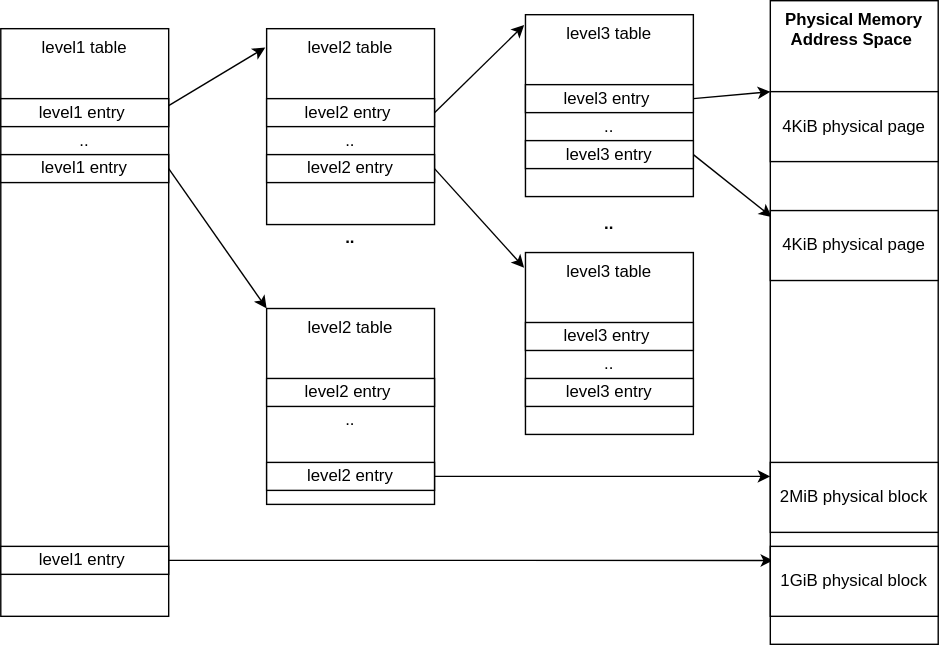
Before: docs/diagram_images/mmu_translation_tables.svg, a diagram exported from draw.io (jgrivera67/aarch64_bare_metal_ada). Source tidied: cells renumbered, new cells last; positions are measured from the earlier drawing's top-left corner, leaving out a move shared by most shapes. The source it was exported from:
```xml
<mxGraphModel background="#FFFFFF">
  <root>
    <mxCell id="0" />
    <mxCell id="1" parent="0" />
    <mxCell id="2" style="edgeStyle=none;html=1;exitX=1;exitY=0.25;exitDx=0;exitDy=0;entryX=-0.008;entryY=0.09;entryDx=0;entryDy=0;entryPerimeter=0;" parent="1" edge="1" source="4">
      <mxGeometry relative="1" as="geometry">
        <mxPoint x="189" y="33.5" as="targetPoint" />
      </mxGeometry>
    </mxCell>
    <mxCell id="3" value="level1 table" style="rounded=0;whiteSpace=wrap;html=1;verticalAlign=top;" parent="1" vertex="1">
      <mxGeometry y="20" width="120" height="420" as="geometry" />
    </mxCell>
    <mxCell id="4" value="level1 entry&amp;nbsp;" style="rounded=0;whiteSpace=wrap;html=1;" parent="1" vertex="1">
      <mxGeometry y="70" width="120" height="20" as="geometry" />
    </mxCell>
    <mxCell id="5" style="edgeStyle=none;html=1;exitX=1;exitY=0.5;exitDx=0;exitDy=0;entryX=-0.008;entryY=0.057;entryDx=0;entryDy=0;entryPerimeter=0;" parent="1" edge="1" source="11" target="14">
      <mxGeometry relative="1" as="geometry" />
    </mxCell>
    <mxCell id="6" style="edgeStyle=none;html=1;exitX=1;exitY=0.5;exitDx=0;exitDy=0;entryX=0;entryY=0;entryDx=0;entryDy=0;" parent="1" edge="1" source="7" target="19">
      <mxGeometry relative="1" as="geometry" />
    </mxCell>
    <mxCell id="7" value="level1 entry" style="rounded=0;whiteSpace=wrap;html=1;" parent="1" vertex="1">
      <mxGeometry y="110" width="120" height="20" as="geometry" />
    </mxCell>
    <mxCell id="8" value=".." style="text;html=1;align=center;verticalAlign=middle;whiteSpace=wrap;rounded=0;" parent="1" vertex="1">
      <mxGeometry x="30" y="90" width="60" height="20" as="geometry" />
    </mxCell>
    <mxCell id="9" value="&lt;b&gt;Physical Memory&lt;/b&gt;&lt;div&gt;&lt;b&gt;Address Space&amp;nbsp;&lt;/b&gt;&lt;/div&gt;" style="rounded=0;whiteSpace=wrap;html=1;verticalAlign=top;" parent="1" vertex="1">
      <mxGeometry x="550" width="120" height="460" as="geometry" />
    </mxCell>
    <mxCell id="10" value="level2 table" style="rounded=0;whiteSpace=wrap;html=1;verticalAlign=top;" parent="1" vertex="1">
      <mxGeometry x="190" y="20" width="120" height="140" as="geometry" />
    </mxCell>
    <mxCell id="11" value="level2 entry&amp;nbsp;" style="rounded=0;whiteSpace=wrap;html=1;" parent="1" vertex="1">
      <mxGeometry x="190" y="70" width="120" height="20" as="geometry" />
    </mxCell>
    <mxCell id="12" value="level2 entry" style="rounded=0;whiteSpace=wrap;html=1;" parent="1" vertex="1">
      <mxGeometry x="190" y="110" width="120" height="20" as="geometry" />
    </mxCell>
    <mxCell id="13" value=".." style="text;html=1;align=center;verticalAlign=middle;whiteSpace=wrap;rounded=0;" parent="1" vertex="1">
      <mxGeometry x="220" y="90" width="60" height="20" as="geometry" />
    </mxCell>
    <mxCell id="14" value="level3 table" style="rounded=0;whiteSpace=wrap;html=1;verticalAlign=top;" parent="1" vertex="1">
      <mxGeometry x="375" y="10" width="120" height="130" as="geometry" />
    </mxCell>
    <mxCell id="15" value="level3 entry&amp;nbsp;" style="rounded=0;whiteSpace=wrap;html=1;" parent="1" vertex="1">
      <mxGeometry x="375" y="60" width="120" height="20" as="geometry" />
    </mxCell>
    <mxCell id="16" style="edgeStyle=none;html=1;exitX=1;exitY=0.5;exitDx=0;exitDy=0;entryX=0.008;entryY=0.336;entryDx=0;entryDy=0;entryPerimeter=0;" parent="1" edge="1" source="17" target="9">
      <mxGeometry relative="1" as="geometry" />
    </mxCell>
    <mxCell id="17" value="level3 entry" style="rounded=0;whiteSpace=wrap;html=1;" parent="1" vertex="1">
      <mxGeometry x="375" y="100" width="120" height="20" as="geometry" />
    </mxCell>
    <mxCell id="18" value=".." style="text;html=1;align=center;verticalAlign=middle;whiteSpace=wrap;rounded=0;" parent="1" vertex="1">
      <mxGeometry x="405" y="80" width="60" height="20" as="geometry" />
    </mxCell>
    <mxCell id="19" value="level2 table" style="rounded=0;whiteSpace=wrap;html=1;verticalAlign=top;" parent="1" vertex="1">
      <mxGeometry x="190" y="220" width="120" height="140" as="geometry" />
    </mxCell>
    <mxCell id="20" value="level2 entry&amp;nbsp;" style="rounded=0;whiteSpace=wrap;html=1;" parent="1" vertex="1">
      <mxGeometry x="190" y="270" width="120" height="20" as="geometry" />
    </mxCell>
    <mxCell id="21" style="edgeStyle=none;html=1;" parent="1" edge="1" source="22">
      <mxGeometry relative="1" as="geometry">
        <mxPoint x="550" y="340" as="targetPoint" />
      </mxGeometry>
    </mxCell>
    <mxCell id="22" value="level2 entry" style="rounded=0;whiteSpace=wrap;html=1;" parent="1" vertex="1">
      <mxGeometry x="190" y="330" width="120" height="20" as="geometry" />
    </mxCell>
    <mxCell id="23" value=".." style="text;html=1;align=center;verticalAlign=middle;whiteSpace=wrap;rounded=0;" parent="1" vertex="1">
      <mxGeometry x="220" y="290" width="60" height="20" as="geometry" />
    </mxCell>
    <mxCell id="24" value=".." style="text;html=1;align=center;verticalAlign=middle;whiteSpace=wrap;rounded=0;fontStyle=1;" parent="1" vertex="1">
      <mxGeometry x="220" y="160" width="60" height="20" as="geometry" />
    </mxCell>
    <mxCell id="25" style="edgeStyle=none;html=1;exitX=1;exitY=0.5;exitDx=0;exitDy=0;entryX=0;entryY=0;entryDx=0;entryDy=0;" parent="1" edge="1" source="15" target="26">
      <mxGeometry relative="1" as="geometry" />
    </mxCell>
    <mxCell id="26" value="4KiB physical page" style="rounded=0;whiteSpace=wrap;html=1;verticalAlign=middle;" parent="1" vertex="1">
      <mxGeometry x="550" y="65" width="120" height="50" as="geometry" />
    </mxCell>
    <mxCell id="27" value="level1 entry&amp;nbsp;" style="rounded=0;whiteSpace=wrap;html=1;" parent="1" vertex="1">
      <mxGeometry y="390" width="120" height="20" as="geometry" />
    </mxCell>
    <mxCell id="28" style="edgeStyle=none;html=1;exitX=1;exitY=0.5;exitDx=0;exitDy=0;entryX=0.017;entryY=0.528;entryDx=0;entryDy=0;entryPerimeter=0;" parent="1" edge="1" source="27">
      <mxGeometry relative="1" as="geometry">
        <mxPoint x="552" y="400.1" as="targetPoint" />
      </mxGeometry>
    </mxCell>
    <mxCell id="29" value="level3 table" style="rounded=0;whiteSpace=wrap;html=1;verticalAlign=top;" parent="1" vertex="1">
      <mxGeometry x="375" y="180" width="120" height="130" as="geometry" />
    </mxCell>
    <mxCell id="30" value="level3 entry&amp;nbsp;" style="rounded=0;whiteSpace=wrap;html=1;" parent="1" vertex="1">
      <mxGeometry x="375" y="230" width="120" height="20" as="geometry" />
    </mxCell>
    <mxCell id="31" value="level3 entry" style="rounded=0;whiteSpace=wrap;html=1;" parent="1" vertex="1">
      <mxGeometry x="375" y="270" width="120" height="20" as="geometry" />
    </mxCell>
    <mxCell id="32" value=".." style="text;html=1;align=center;verticalAlign=middle;whiteSpace=wrap;rounded=0;" parent="1" vertex="1">
      <mxGeometry x="405" y="250" width="60" height="20" as="geometry" />
    </mxCell>
    <mxCell id="33" style="edgeStyle=none;html=1;exitX=1;exitY=0.5;exitDx=0;exitDy=0;entryX=-0.008;entryY=0.083;entryDx=0;entryDy=0;entryPerimeter=0;" parent="1" edge="1" source="12" target="29">
      <mxGeometry relative="1" as="geometry" />
    </mxCell>
    <mxCell id="34" value=".." style="text;html=1;align=center;verticalAlign=middle;whiteSpace=wrap;rounded=0;fontStyle=1;" parent="1" vertex="1">
      <mxGeometry x="405" y="150" width="60" height="20" as="geometry" />
    </mxCell>
    <mxCell id="35" value="1GiB physical block" style="rounded=0;whiteSpace=wrap;html=1;verticalAlign=middle;" parent="1" vertex="1">
      <mxGeometry x="550" y="390" width="120" height="50" as="geometry" />
    </mxCell>
    <mxCell id="36" value="4KiB physical page" style="rounded=0;whiteSpace=wrap;html=1;verticalAlign=middle;" parent="1" vertex="1">
      <mxGeometry x="550" y="150" width="120" height="50" as="geometry" />
    </mxCell>
    <mxCell id="37" value="2MiB physical block" style="rounded=0;whiteSpace=wrap;html=1;verticalAlign=middle;" parent="1" vertex="1">
      <mxGeometry x="550" y="330" width="120" height="50" as="geometry" />
    </mxCell>
  </root>
</mxGraphModel>
```
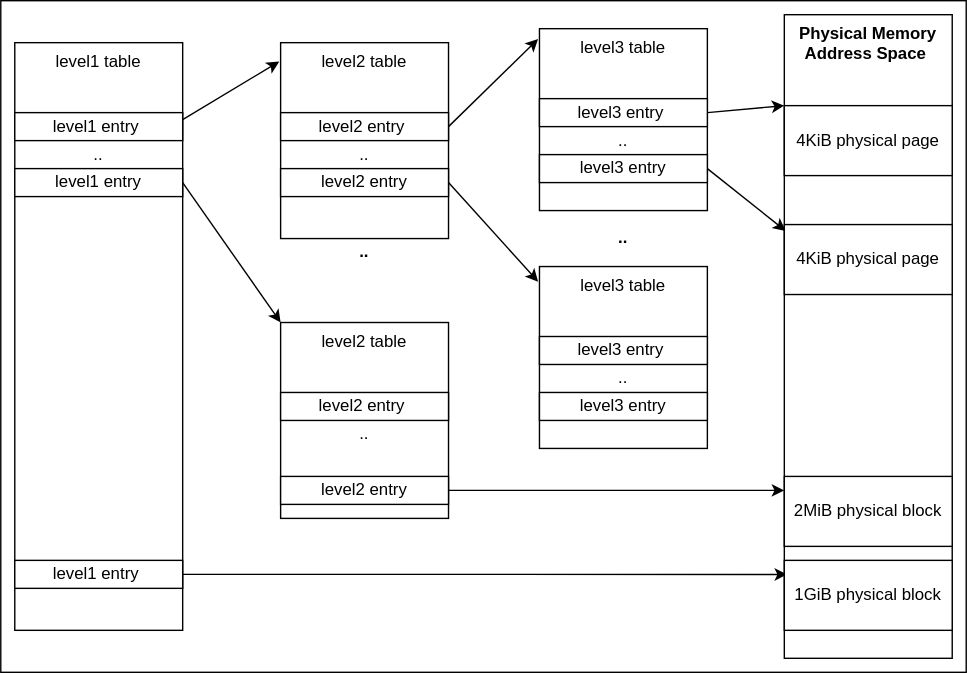
Later version of the same file.

What changed in the source:
```diff
@@ -2,6 +2,9 @@
   <root>
     <mxCell id="0" />
     <mxCell id="1" parent="0" />
+    <mxCell id="38" style="rounded=0;whiteSpace=wrap;html=1;" parent="1" vertex="1">
+      <mxGeometry x="-10" y="-10" width="690" height="480" as="geometry" />
+    </mxCell>
     <mxCell id="2" style="edgeStyle=none;html=1;exitX=1;exitY=0.25;exitDx=0;exitDy=0;entryX=-0.008;entryY=0.09;entryDx=0;entryDy=0;entryPerimeter=0;" parent="1" edge="1" source="4">
       <mxGeometry relative="1" as="geometry">
         <mxPoint x="189" y="33.5" as="targetPoint" />
```
